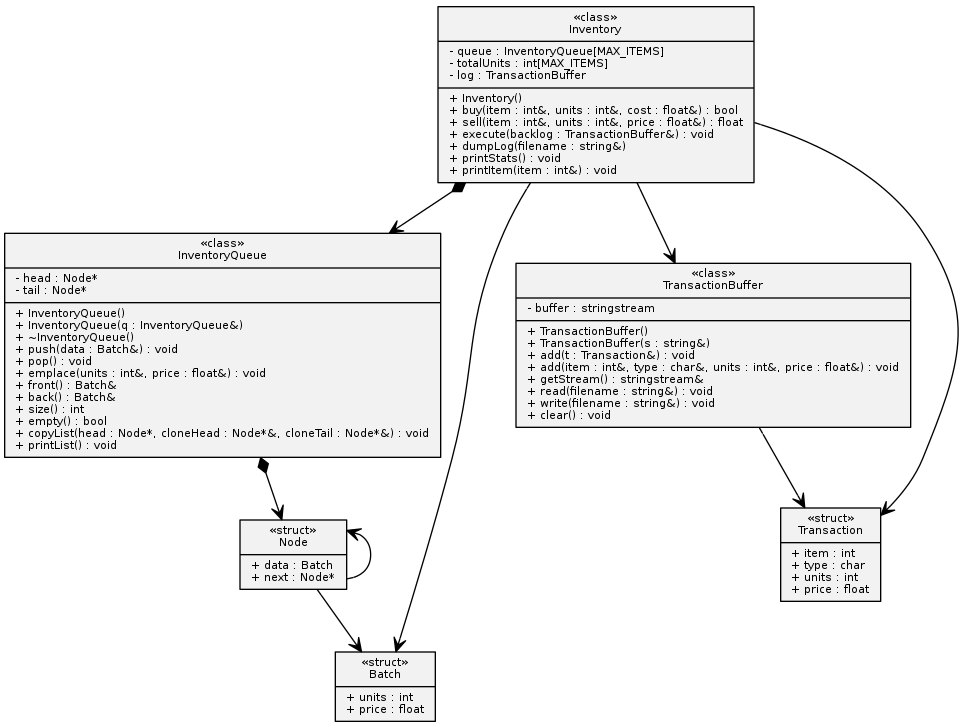
gszasz/cpp-fifo-inventory keeps this Graphviz diagram as docs/fifo-inventory-uml.png. Above is the earlier version. Its source is kept beside it as docs/fifo-inventory-uml.dot.
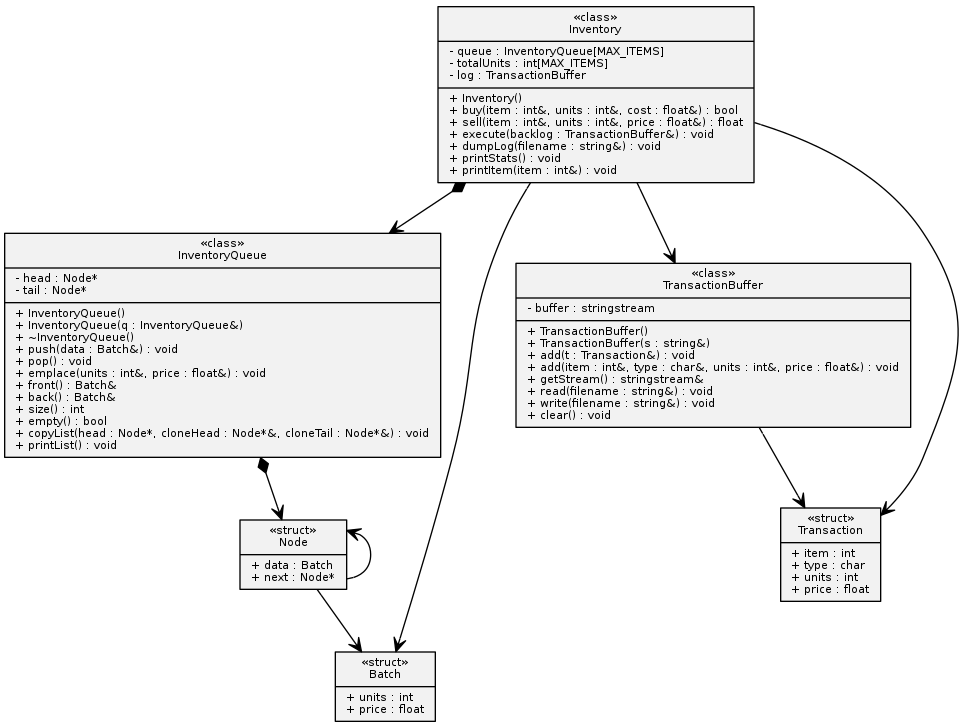
The same file after the commit.

Commit message:
Fix missing return value in UML class diagram

I have forgotten to specify return value for the dumpLog() member
function in the diagram.

The edit, as a diff of the source:
```diff
@@ -3,7 +3,7 @@
     node[shape=record,style=filled,fillcolor=gray95,fontname="Bitstream Vera Sans",fontsize=8]
     edge[dir=both, arrowtail=none, arrowhead=vee]
 
-    2[label = "{&laquo;class&raquo;\nInventory|- queue : InventoryQueue[MAX_ITEMS]\l- totalUnits : int[MAX_ITEMS]\l- log : TransactionBuffer\l|+ Inventory()\l+ buy(item : int&, units : int&, cost : float&) : bool\l+ sell(item : int&, units : int&, price : float&) : float\l+ execute(backlog : TransactionBuffer&) : void\l+ dumpLog(filename : string&)\l+ printStats() : void\l+ printItem(item : int&) : void\l}"]
+    2[label = "{&laquo;class&raquo;\nInventory|- queue : InventoryQueue[MAX_ITEMS]\l- totalUnits : int[MAX_ITEMS]\l- log : TransactionBuffer\l|+ Inventory()\l+ buy(item : int&, units : int&, cost : float&) : bool\l+ sell(item : int&, units : int&, price : float&) : float\l+ execute(backlog : TransactionBuffer&) : void\l+ dumpLog(filename : string&) : void\l+ printStats() : void\l+ printItem(item : int&) : void\l}"]
     3[label = "{&laquo;class&raquo;\nInventoryQueue|- head : Node*\l- tail : Node*\l|+ InventoryQueue()\l+ InventoryQueue(q : InventoryQueue&)\l+ ~InventoryQueue()\l+ push(data : Batch&) : void\l+ pop() : void\l+ emplace(units : int&, price : float&) : void\l+ front() : Batch&\l+ back() : Batch&\l+ size() : int\l+ empty() : bool\l+ copyList(head : Node*, cloneHead : Node*&, cloneTail : Node*&) : void\l+ printList() : void\l}"]
     4[label = "{&laquo;struct&raquo;\nNode|+ data : Batch\l+ next : Node*}"]
     5[label = "{&laquo;struct&raquo;\nBatch|+ units : int\l+ price : float}"]
```
